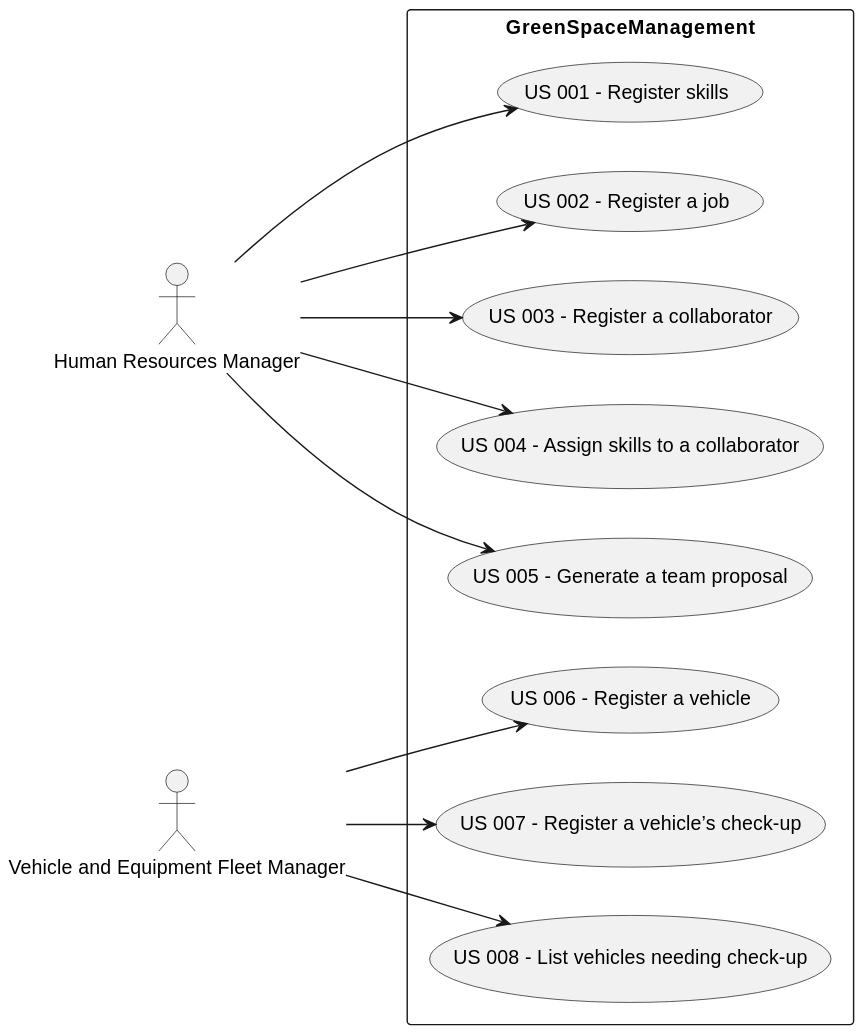
Before: docs/sprintB/global-artifacts/01.requirements-engineering/svg/use-case-diagram.svg, a diagram exported from PlantUML (Departamento-de-Engenharia-Informatica/lei-24-s2-1dm-g132).
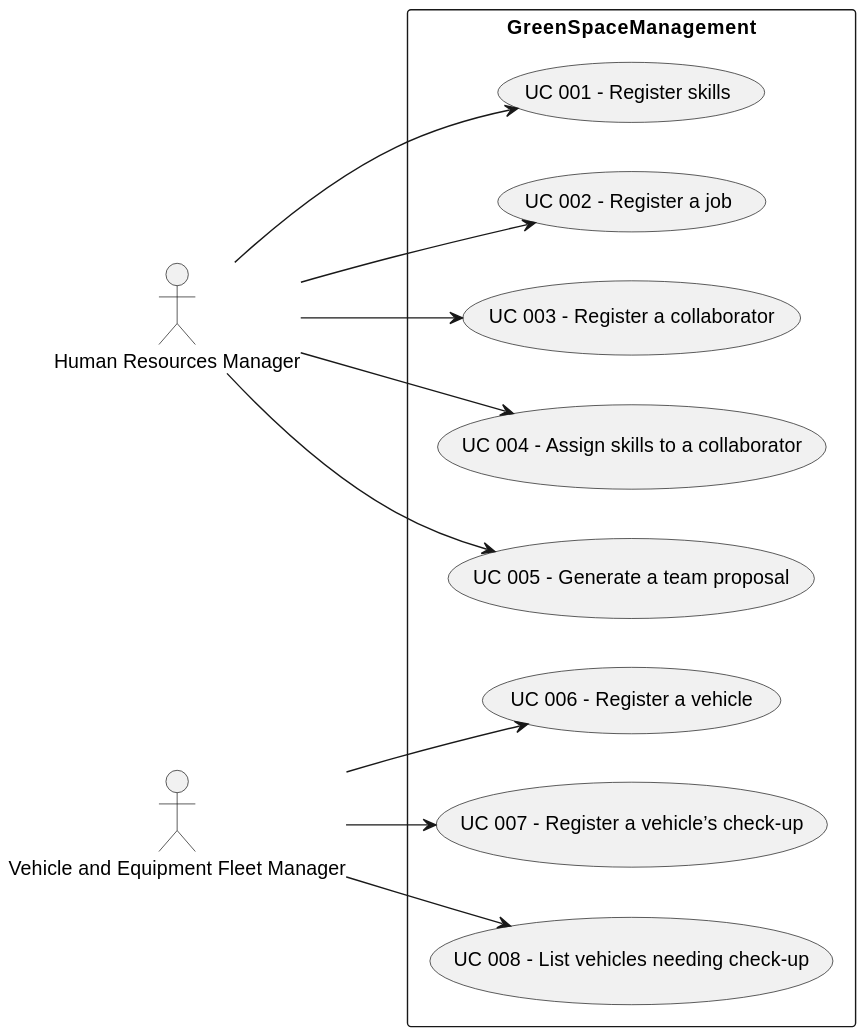
The same file after the commit.

Commit message:
Use Case Diagram correction

Diff of the diagram source:
```diff
@@ -6,13 +6,13 @@
 
 
 rectangle GreenSpaceManagement {
-  HRM --> (US 001 - Register skills)
-  HRM --> (US 002 - Register a job)
-  HRM --> (US 003 - Register a collaborator)
-  HRM --> (US 004 - Assign skills to a collaborator)
-  HRM --> (US 005 - Generate a team proposal)
-  VFM --> (US 006 - Register a vehicle)
-  VFM --> (US 007 - Register a vehicle’s check-up)
-  VFM --> (US 008 - List vehicles needing check-up)
+  HRM --> (UC 001 - Register skills)
+  HRM --> (UC 002 - Register a job)
+  HRM --> (UC 003 - Register a collaborator)
+  HRM --> (UC 004 - Assign skills to a collaborator)
+  HRM --> (UC 005 - Generate a team proposal)
+  VFM --> (UC 006 - Register a vehicle)
+  VFM --> (UC 007 - Register a vehicle’s check-up)
+  VFM --> (UC 008 - List vehicles needing check-up)
 }
 @enduml
```
